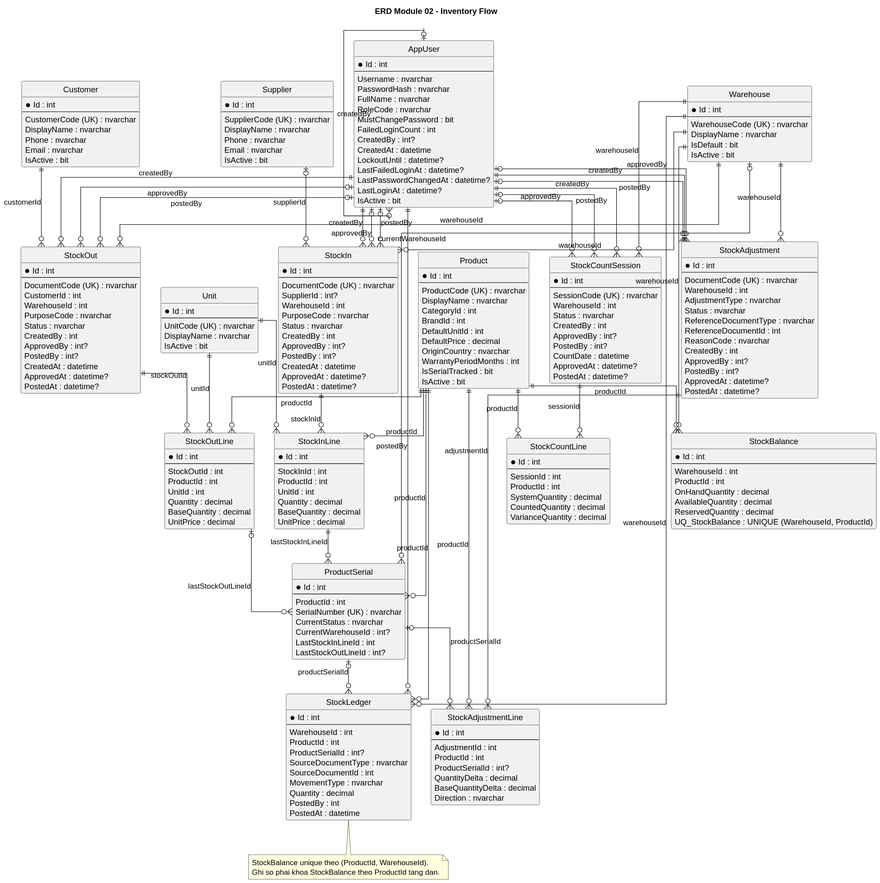
Above: Diagram/plantuml-svg-erd-module/ERD_Module_02_Inventory_Flow.svg in TheGiver262/WarePro (PlantUML), before the change. Source of this version:
```plantuml
@startuml
title ERD Module 02 - Inventory Flow
hide circle
skinparam linetype ortho

entity "AppUser" as AppUser {
  * Id : int
  --
  Username : nvarchar
  PasswordHash : nvarchar
  FullName : nvarchar
  RoleCode : nvarchar
  MustChangePassword : bit
  FailedLoginCount : int
  CreatedBy : int?
  CreatedAt : datetime
  LockoutUntil : datetime?
  LastFailedLoginAt : datetime?
  LastPasswordChangedAt : datetime?
  LastLoginAt : datetime?
  IsActive : bit
}

entity "Warehouse" as Warehouse {
  * Id : int
  --
  WarehouseCode (UK) : nvarchar
  DisplayName : nvarchar
  IsDefault : bit
  IsActive : bit
}

entity "Supplier" as Supplier {
  * Id : int
  --
  SupplierCode (UK) : nvarchar
  DisplayName : nvarchar
  Phone : nvarchar
  Email : nvarchar
  IsActive : bit
}

entity "Customer" as Customer {
  * Id : int
  --
  CustomerCode (UK) : nvarchar
  DisplayName : nvarchar
  Phone : nvarchar
  Email : nvarchar
  IsActive : bit
}

entity "Product" as Product {
  * Id : int
  --
  ProductCode (UK) : nvarchar
  DisplayName : nvarchar
  CategoryId : int
  BrandId : int
  DefaultUnitId : int
  DefaultPrice : decimal
  OriginCountry : nvarchar
  WarrantyPeriodMonths : int
  IsSerialTracked : bit
  IsActive : bit
}

entity "Unit" as Unit {
  * Id : int
  --
  UnitCode (UK) : nvarchar
  DisplayName : nvarchar
  IsActive : bit
}

entity "StockBalance" as StockBalance {
  * Id : int
  --
  WarehouseId : int
  ProductId : int
  OnHandQuantity : decimal
  AvailableQuantity : decimal
  ReservedQuantity : decimal
  UQ_StockBalance : UNIQUE (WarehouseId, ProductId)
}

entity "StockIn" as StockIn {
  * Id : int
  --
  DocumentCode (UK) : nvarchar
  SupplierId : int?
  WarehouseId : int
  PurposeCode : nvarchar
  Status : nvarchar
  CreatedBy : int
  ApprovedBy : int?
  PostedBy : int?
  CreatedAt : datetime
  ApprovedAt : datetime?
  PostedAt : datetime?
}

entity "StockInLine" as StockInLine {
  * Id : int
  --
  StockInId : int
  ProductId : int
  UnitId : int
  Quantity : decimal
  BaseQuantity : decimal
  UnitPrice : decimal
}

entity "StockOut" as StockOut {
  * Id : int
  --
  DocumentCode (UK) : nvarchar
  CustomerId : int
  WarehouseId : int
  PurposeCode : nvarchar
  Status : nvarchar
  CreatedBy : int
  ApprovedBy : int?
  PostedBy : int?
  CreatedAt : datetime
  ApprovedAt : datetime?
  PostedAt : datetime?
}

entity "StockOutLine" as StockOutLine {
  * Id : int
  --
  StockOutId : int
  ProductId : int
  UnitId : int
  Quantity : decimal
  BaseQuantity : decimal
  UnitPrice : decimal
}

entity "StockCountSession" as StockCountSession {
  * Id : int
  --
  SessionCode (UK) : nvarchar
  WarehouseId : int
  Status : nvarchar
  CreatedBy : int
  ApprovedBy : int?
  PostedBy : int?
  CountDate : datetime
  ApprovedAt : datetime?
  PostedAt : datetime?
}

entity "StockCountLine" as StockCountLine {
  * Id : int
  --
  SessionId : int
  ProductId : int
  SystemQuantity : decimal
  CountedQuantity : decimal
  VarianceQuantity : decimal
}

entity "StockAdjustment" as StockAdjustment {
  * Id : int
  --
  DocumentCode (UK) : nvarchar
  WarehouseId : int
  AdjustmentType : nvarchar
  Status : nvarchar
  ReferenceDocumentType : nvarchar
  ReferenceDocumentId : int
  ReasonCode : nvarchar
  CreatedBy : int
  ApprovedBy : int?
  PostedBy : int?
  ApprovedAt : datetime?
  PostedAt : datetime?
}

entity "StockAdjustmentLine" as StockAdjustmentLine {
  * Id : int
  --
  AdjustmentId : int
  ProductId : int
  ProductSerialId : int?
  QuantityDelta : decimal
  BaseQuantityDelta : decimal
  Direction : nvarchar
}

entity "ProductSerial" as ProductSerial {
  * Id : int
  --
  ProductId : int
  SerialNumber (UK) : nvarchar
  CurrentStatus : nvarchar
  CurrentWarehouseId : int?
  LastStockInLineId : int
  LastStockOutLineId : int?
}

entity "StockLedger" as StockLedger {
  * Id : int
  --
  WarehouseId : int
  ProductId : int
  ProductSerialId : int?
  SourceDocumentType : nvarchar
  SourceDocumentId : int
  MovementType : nvarchar
  Quantity : decimal
  PostedBy : int
  PostedAt : datetime
}

Warehouse ||--o{ StockBalance : warehouseId
Product ||--o{ StockBalance : productId
Supplier |o--o{ StockIn : supplierId
Warehouse ||--o{ StockIn : warehouseId
StockIn ||--o{ StockInLine : stockInId
Product ||--o{ StockInLine : productId
Unit ||--o{ StockInLine : unitId
Warehouse ||--o{ StockOut : warehouseId
Customer ||--o{ StockOut : customerId
StockOut ||--o{ StockOutLine : stockOutId
Product ||--o{ StockOutLine : productId
Unit ||--o{ StockOutLine : unitId
Warehouse ||--o{ StockCountSession : warehouseId
StockCountSession ||--o{ StockCountLine : sessionId
Product ||--o{ StockCountLine : productId
Warehouse ||--o{ StockAdjustment : warehouseId
StockAdjustment ||--o{ StockAdjustmentLine : adjustmentId
Product ||--o{ StockAdjustmentLine : productId
ProductSerial |o--o{ StockAdjustmentLine : productSerialId
Warehouse |o--o{ ProductSerial : currentWarehouseId
Product ||--o{ ProductSerial : productId
StockInLine ||--o{ ProductSerial : lastStockInLineId
StockOutLine |o--o{ ProductSerial : lastStockOutLineId
Warehouse ||--o{ StockLedger : warehouseId
Product ||--o{ StockLedger : productId
ProductSerial |o--o{ StockLedger : productSerialId
AppUser ||--o{ StockLedger : postedBy
AppUser |o--o{ AppUser : createdBy
AppUser ||--o{ StockIn : createdBy
AppUser |o--o{ StockIn : approvedBy
AppUser |o--o{ StockIn : postedBy
AppUser ||--o{ StockOut : createdBy
AppUser |o--o{ StockOut : approvedBy
AppUser |o--o{ StockOut : postedBy
AppUser ||--o{ StockCountSession : createdBy
AppUser |o--o{ StockCountSession : approvedBy
AppUser |o--o{ StockCountSession : postedBy
AppUser ||--o{ StockAdjustment : createdBy
AppUser |o--o{ StockAdjustment : approvedBy
AppUser |o--o{ StockAdjustment : postedBy

note bottom
StockBalance unique theo (ProductId, WarehouseId).
Ghi so phai khoa StockBalance theo ProductId tang dan.
end note
@enduml
```
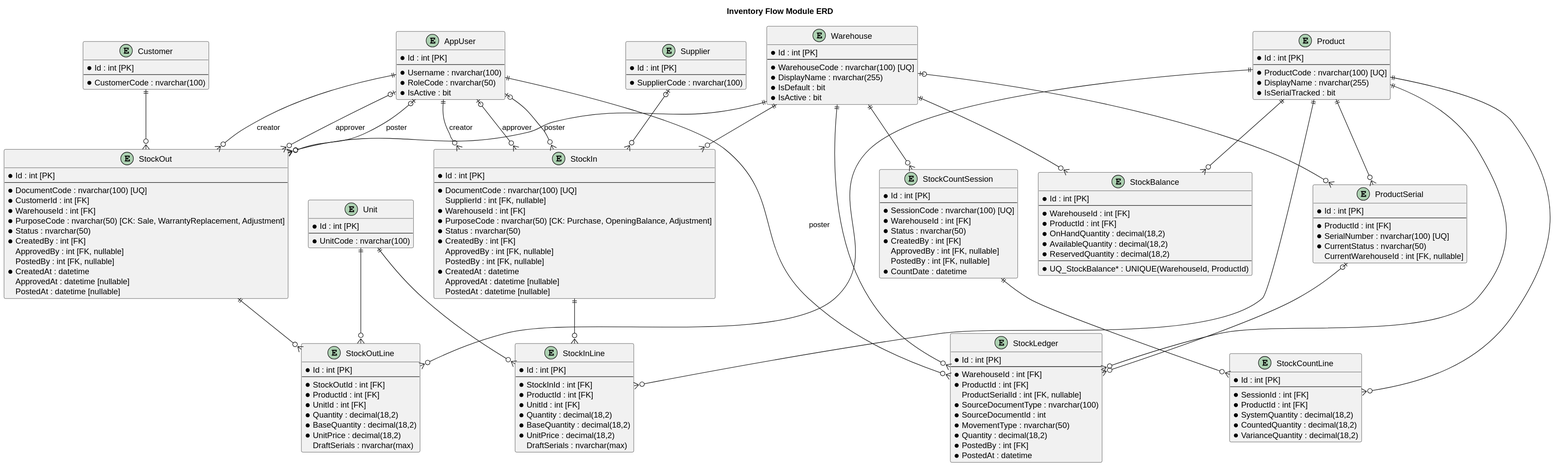
Later version of the same file.

What changed in the source:
```diff
@@ -1,263 +1,193 @@
 @startuml
-title ERD Module 02 - Inventory Flow
-hide circle
-skinparam linetype ortho
+title Inventory Flow Module ERD
 
-entity "AppUser" as AppUser {
-  * Id : int
-  --
-  Username : nvarchar
-  PasswordHash : nvarchar
-  FullName : nvarchar
-  RoleCode : nvarchar
-  MustChangePassword : bit
-  FailedLoginCount : int
-  CreatedBy : int?
-  CreatedAt : datetime
-  LockoutUntil : datetime?
-  LastFailedLoginAt : datetime?
-  LastPasswordChangedAt : datetime?
-  LastLoginAt : datetime?
-  IsActive : bit
+entity AppUser {
+    * Id : int [PK]
+    --
+    * Username : nvarchar(100)
+    * RoleCode : nvarchar(50)
+    * IsActive : bit
 }
 
-entity "Warehouse" as Warehouse {
-  * Id : int
-  --
-  WarehouseCode (UK) : nvarchar
-  DisplayName : nvarchar
-  IsDefault : bit
-  IsActive : bit
+entity Warehouse {
+    * Id : int [PK]
+    --
+    * WarehouseCode : nvarchar(100) [UQ]
+    * DisplayName : nvarchar(255)
+    * IsDefault : bit
+    * IsActive : bit
 }
 
-entity "Supplier" as Supplier {
-  * Id : int
-  --
-  SupplierCode (UK) : nvarchar
-  DisplayName : nvarchar
-  Phone : nvarchar
-  Email : nvarchar
-  IsActive : bit
+entity Supplier {
+    * Id : int [PK]
+    --
+    * SupplierCode : nvarchar(100)
 }
 
-entity "Customer" as Customer {
-  * Id : int
-  --
-  CustomerCode (UK) : nvarchar
-  DisplayName : nvarchar
-  Phone : nvarchar
-  Email : nvarchar
-  IsActive : bit
+entity Customer {
+    * Id : int [PK]
+    --
+    * CustomerCode : nvarchar(100)
 }
 
-entity "Product" as Product {
-  * Id : int
-  --
-  ProductCode (UK) : nvarchar
-  DisplayName : nvarchar
-  CategoryId : int
-  BrandId : int
-  DefaultUnitId : int
-  DefaultPrice : decimal
-  OriginCountry : nvarchar
-  WarrantyPeriodMonths : int
-  IsSerialTracked : bit
-  IsActive : bit
+entity Product {
+    * Id : int [PK]
+    --
+    * ProductCode : nvarchar(100) [UQ]
+    * DisplayName : nvarchar(255)
+    * IsSerialTracked : bit
 }
 
-entity "Unit" as Unit {
-  * Id : int
-  --
-  UnitCode (UK) : nvarchar
-  DisplayName : nvarchar
-  IsActive : bit
+entity Unit {
+    * Id : int [PK]
+    --
+    * UnitCode : nvarchar(100)
 }
 
-entity "StockBalance" as StockBalance {
-  * Id : int
-  --
-  WarehouseId : int
-  ProductId : int
-  OnHandQuantity : decimal
-  AvailableQuantity : decimal
-  ReservedQuantity : decimal
-  UQ_StockBalance : UNIQUE (WarehouseId, ProductId)
+entity StockBalance {
+    * Id : int [PK]
+    --
+    * WarehouseId : int [FK]
+    * ProductId : int [FK]
+    * OnHandQuantity : decimal(18,2)
+    * AvailableQuantity : decimal(18,2)
+    * ReservedQuantity : decimal(18,2)
+    --
+    *UQ_StockBalance* : UNIQUE(WarehouseId, ProductId)
 }
 
-entity "StockIn" as StockIn {
-  * Id : int
-  --
-  DocumentCode (UK) : nvarchar
-  SupplierId : int?
-  WarehouseId : int
-  PurposeCode : nvarchar
-  Status : nvarchar
-  CreatedBy : int
-  ApprovedBy : int?
-  PostedBy : int?
-  CreatedAt : datetime
-  ApprovedAt : datetime?
-  PostedAt : datetime?
+entity StockIn {
+    * Id : int [PK]
+    --
+    * DocumentCode : nvarchar(100) [UQ]
+    SupplierId : int [FK, nullable]
+    * WarehouseId : int [FK]
+    * PurposeCode : nvarchar(50) [CK: Purchase, OpeningBalance, Adjustment]
+    * Status : nvarchar(50)
+    * CreatedBy : int [FK]
+    ApprovedBy : int [FK, nullable]
+    PostedBy : int [FK, nullable]
+    * CreatedAt : datetime
+    ApprovedAt : datetime [nullable]
+    PostedAt : datetime [nullable]
 }
 
-entity "StockInLine" as StockInLine {
-  * Id : int
-  --
-  StockInId : int
-  ProductId : int
-  UnitId : int
-  Quantity : decimal
-  BaseQuantity : decimal
-  UnitPrice : decimal
+entity StockInLine {
+    * Id : int [PK]
+    --
+    * StockInId : int [FK]
+    * ProductId : int [FK]
+    * UnitId : int [FK]
+    * Quantity : decimal(18,2)
+    * BaseQuantity : decimal(18,2)
+    * UnitPrice : decimal(18,2)
+    DraftSerials : nvarchar(max)
 }
 
-entity "StockOut" as StockOut {
-  * Id : int
-  --
-  DocumentCode (UK) : nvarchar
-  CustomerId : int
-  WarehouseId : int
-  PurposeCode : nvarchar
-  Status : nvarchar
-  CreatedBy : int
-  ApprovedBy : int?
-  PostedBy : int?
-  CreatedAt : datetime
-  ApprovedAt : datetime?
-  PostedAt : datetime?
+entity StockOut {
+    * Id : int [PK]
+    --
+    * DocumentCode : nvarchar(100) [UQ]
+    * CustomerId : int [FK]
+    * WarehouseId : int [FK]
+    * PurposeCode : nvarchar(50) [CK: Sale, WarrantyReplacement, Adjustment]
+    * Status : nvarchar(50)
+    * CreatedBy : int [FK]
+    ApprovedBy : int [FK, nullable]
+    PostedBy : int [FK, nullable]
+    * CreatedAt : datetime
+    ApprovedAt : datetime [nullable]
+    PostedAt : datetime [nullable]
 }
 
-entity "StockOutLine" as StockOutLine {
-  * Id : int
-  --
-  StockOutId : int
-  ProductId : int
-  UnitId : int
-  Quantity : decimal
-  BaseQuantity : decimal
-  UnitPrice : decimal
+entity StockOutLine {
+    * Id : int [PK]
+    --
+    * StockOutId : int [FK]
+    * ProductId : int [FK]
+    * UnitId : int [FK]
+    * Quantity : decimal(18,2)
+    * BaseQuantity : decimal(18,2)
+    * UnitPrice : decimal(18,2)
+    DraftSerials : nvarchar(max)
 }
 
-entity "StockCountSession" as StockCountSession {
-  * Id : int
-  --
-  SessionCode (UK) : nvarchar
-  WarehouseId : int
-  Status : nvarchar
-  CreatedBy : int
-  ApprovedBy : int?
-  PostedBy : int?
-  CountDate : datetime
-  ApprovedAt : datetime?
-  PostedAt : datetime?
+entity StockCountSession {
+    * Id : int [PK]
+    --
+    * SessionCode : nvarchar(100) [UQ]
+    * WarehouseId : int [FK]
+    * Status : nvarchar(50)
+    * CreatedBy : int [FK]
+    ApprovedBy : int [FK, nullable]
+    PostedBy : int [FK, nullable]
+    * CountDate : datetime
 }
 
-entity "StockCountLine" as StockCountLine {
-  * Id : int
-  --
-  SessionId : int
-  ProductId : int
-  SystemQuantity : decimal
-  CountedQuantity : decimal
-  VarianceQuantity : decimal
+entity StockCountLine {
+    * Id : int [PK]
+    --
+    * SessionId : int [FK]
+    * ProductId : int [FK]
+    * SystemQuantity : decimal(18,2)
+    * CountedQuantity : decimal(18,2)
+    * VarianceQuantity : decimal(18,2)
 }
 
-entity "StockAdjustment" as StockAdjustment {
-  * Id : int
-  --
-  DocumentCode (UK) : nvarchar
-  WarehouseId : int
-  AdjustmentType : nvarchar
-  Status : nvarchar
-  ReferenceDocumentType : nvarchar
-  ReferenceDocumentId : int
-  ReasonCode : nvarchar
-  CreatedBy : int
-  ApprovedBy : int?
-  PostedBy : int?
-  ApprovedAt : datetime?
-  PostedAt : datetime?
+entity ProductSerial {
+    * Id : int [PK]
+    --
+    * ProductId : int [FK]
+    * SerialNumber : nvarchar(100) [UQ]
+    * CurrentStatus : nvarchar(50)
+    CurrentWarehouseId : int [FK, nullable]
 }
 
-entity "StockAdjustmentLine" as StockAdjustmentLine {
-  * Id : int
-  --
-  AdjustmentId : int
-  ProductId : int
-  ProductSerialId : int?
-  QuantityDelta : decimal
-  BaseQuantityDelta : decimal
-  Direction : nvarchar
+entity StockLedger {
+    * Id : int [PK]
+    --
+    * WarehouseId : int [FK]
+    * ProductId : int [FK]
+    ProductSerialId : int [FK, nullable]
+    * SourceDocumentType : nvarchar(100)
+    * SourceDocumentId : int
+    * MovementType : nvarchar(50)
+    * Quantity : decimal(18,2)
+    * PostedBy : int [FK]
+    * PostedAt : datetime
 }
 
-entity "ProductSerial" as ProductSerial {
-  * Id : int
-  --
-  ProductId : int
-  SerialNumber (UK) : nvarchar
-  CurrentStatus : nvarchar
-  CurrentWarehouseId : int?
-  LastStockInLineId : int
-  LastStockOutLineId : int?
-}
+Warehouse ||--o{ StockBalance
+Product ||--o{ StockBalance
 
-entity "StockLedger" as StockLedger {
-  * Id : int
-  --
-  WarehouseId : int
-  ProductId : int
-  ProductSerialId : int?
-  SourceDocumentType : nvarchar
-  SourceDocumentId : int
-  MovementType : nvarchar
-  Quantity : decimal
-  PostedBy : int
-  PostedAt : datetime
-}
+Supplier |o--o{ StockIn
+Warehouse ||--o{ StockIn
+StockIn ||--o{ StockInLine
+Product ||--o{ StockInLine
+Unit ||--o{ StockInLine
 
-Warehouse ||--o{ StockBalance : warehouseId
-Product ||--o{ StockBalance : productId
-Supplier |o--o{ StockIn : supplierId
-Warehouse ||--o{ StockIn : warehouseId
-StockIn ||--o{ StockInLine : stockInId
-Product ||--o{ StockInLine : productId
-Unit ||--o{ StockInLine : unitId
-Warehouse ||--o{ StockOut : warehouseId
-Customer ||--o{ StockOut : customerId
-StockOut ||--o{ StockOutLine : stockOutId
-Product ||--o{ StockOutLine : productId
-Unit ||--o{ StockOutLine : unitId
-Warehouse ||--o{ StockCountSession : warehouseId
-StockCountSession ||--o{ StockCountLine : sessionId
-Product ||--o{ StockCountLine : productId
-Warehouse ||--o{ StockAdjustment : warehouseId
-StockAdjustment ||--o{ StockAdjustmentLine : adjustmentId
-Product ||--o{ StockAdjustmentLine : productId
-ProductSerial |o--o{ StockAdjustmentLine : productSerialId
-Warehouse |o--o{ ProductSerial : currentWarehouseId
-Product ||--o{ ProductSerial : productId
-StockInLine ||--o{ ProductSerial : lastStockInLineId
-StockOutLine |o--o{ ProductSerial : lastStockOutLineId
-Warehouse ||--o{ StockLedger : warehouseId
-Product ||--o{ StockLedger : productId
-ProductSerial |o--o{ StockLedger : productSerialId
-AppUser ||--o{ StockLedger : postedBy
-AppUser |o--o{ AppUser : createdBy
-AppUser ||--o{ StockIn : createdBy
-AppUser |o--o{ StockIn : approvedBy
-AppUser |o--o{ StockIn : postedBy
-AppUser ||--o{ StockOut : createdBy
-AppUser |o--o{ StockOut : approvedBy
-AppUser |o--o{ StockOut : postedBy
-AppUser ||--o{ StockCountSession : createdBy
-AppUser |o--o{ StockCountSession : approvedBy
-AppUser |o--o{ StockCountSession : postedBy
-AppUser ||--o{ StockAdjustment : createdBy
-AppUser |o--o{ StockAdjustment : approvedBy
-AppUser |o--o{ StockAdjustment : postedBy
+Warehouse ||--o{ StockOut
+Customer ||--o{ StockOut
+StockOut ||--o{ StockOutLine
+Product ||--o{ StockOutLine
+Unit ||--o{ StockOutLine
 
-note bottom
-StockBalance unique theo (ProductId, WarehouseId).
-Ghi so phai khoa StockBalance theo ProductId tang dan.
-end note
+Warehouse ||--o{ StockCountSession
+StockCountSession ||--o{ StockCountLine
+Product ||--o{ StockCountLine
+
+Warehouse |o--o{ ProductSerial
+Product ||--o{ ProductSerial
+
+Warehouse ||--o{ StockLedger
+Product ||--o{ StockLedger
+ProductSerial |o--o{ StockLedger
+
+AppUser ||--o{ StockIn : creator
+AppUser |o--o{ StockIn : approver
+AppUser |o--o{ StockIn : poster
+AppUser ||--o{ StockOut : creator
+AppUser |o--o{ StockOut : approver
+AppUser |o--o{ StockOut : poster
+AppUser ||--o{ StockLedger : poster
 @enduml
```
